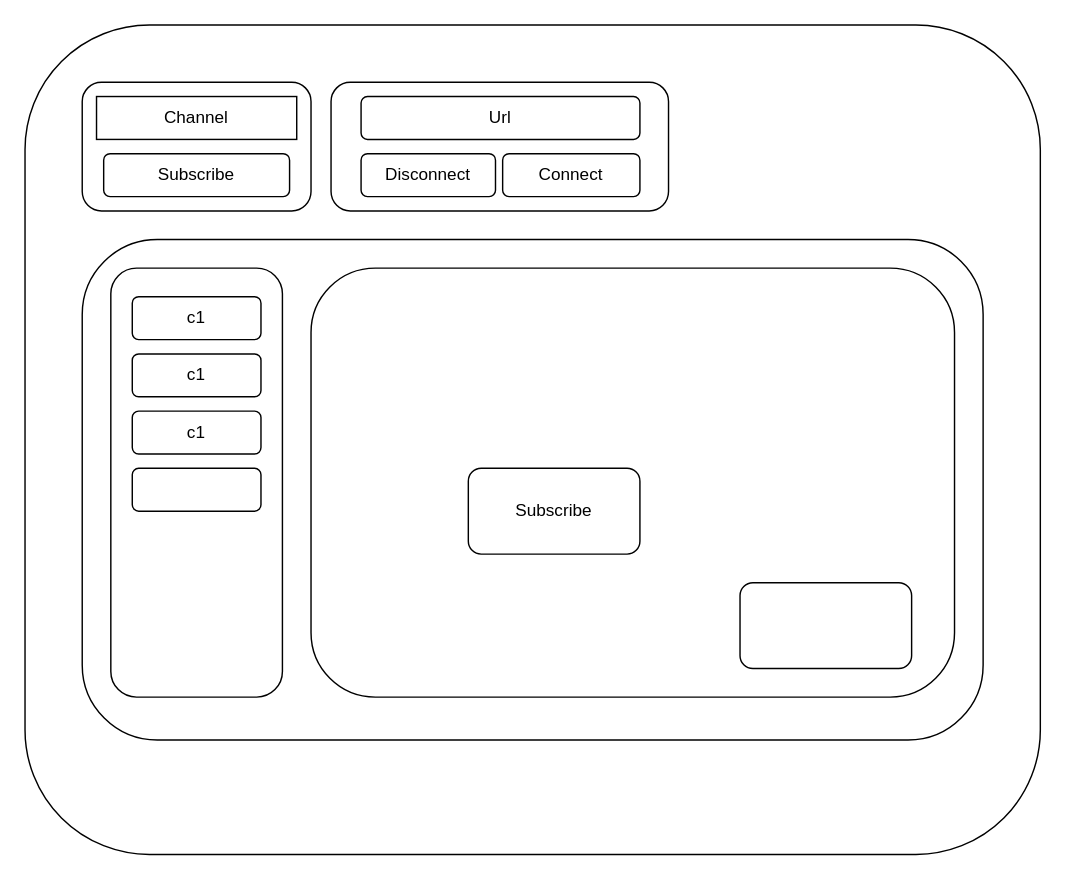
sanzor/AdiChat keeps this draw.io diagram as UI.drawio. Above is the earlier version. Source tidied: cells renumbered, new cells numbered last; positions are measured from the earlier drawing's top-left corner, leaving out a move shared by most shapes. Both pictures are drawn from the tidied source at 143%, with x=0, y=0 at pixel (24, 24).
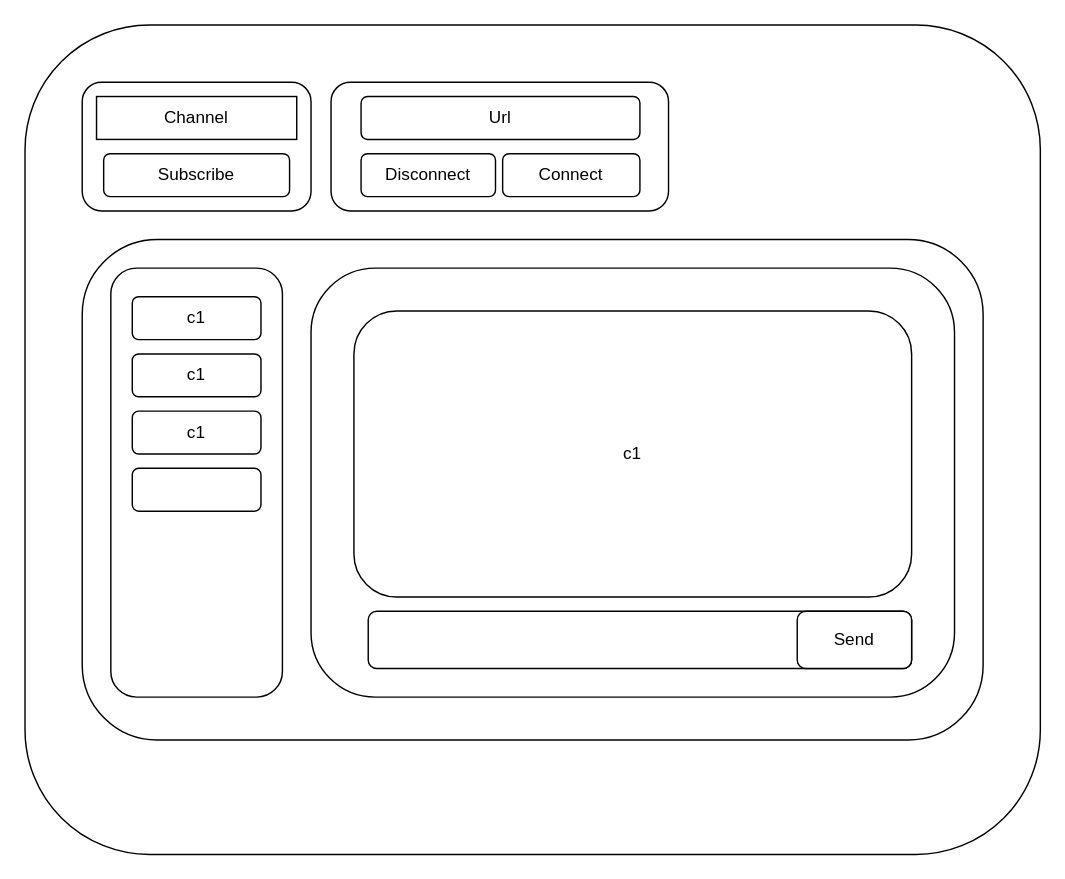
The same diagram, later.

Diff of the diagram source:
```diff
@@
     <mxCell id="14" style="rounded=1;whiteSpace=wrap;html=1;" parent="1" vertex="1">
-      <mxGeometry x="500" y="390" width="120" height="60" as="geometry" />
+      <mxGeometry x="240" y="410" width="380" height="40" as="geometry" />
     </mxCell>
-    <mxCell id="15" value="Subscribe" style="rounded=1;whiteSpace=wrap;html=1;" parent="1" vertex="1">
-      <mxGeometry x="310" y="310" width="120" height="60" as="geometry" />
-    </mxCell>
@@
+    <mxCell id="20" value="Send" style="rounded=1;whiteSpace=wrap;html=1;" parent="1" vertex="1">
+      <mxGeometry x="540" y="410" width="80" height="40" as="geometry" />
+    </mxCell>
+    <mxCell id="21" value="c1" style="rounded=1;whiteSpace=wrap;html=1;" parent="1" vertex="1">
+      <mxGeometry x="230" y="200" width="390" height="200" as="geometry" />
+    </mxCell>
```
